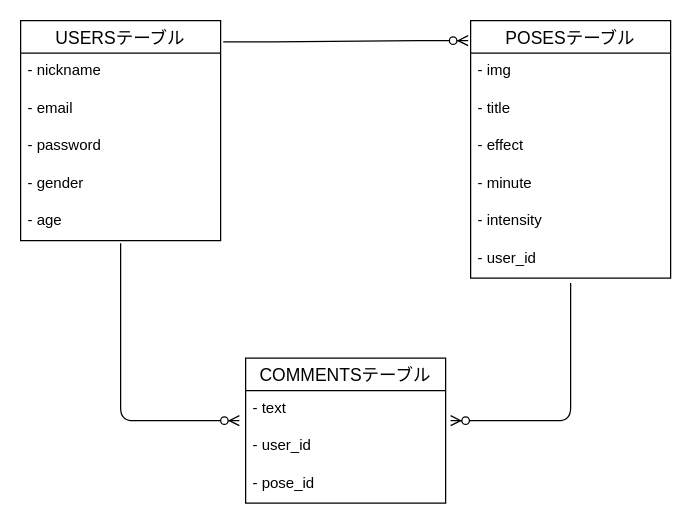
ykmztn/originalapp keeps this draw.io diagram as doreme.dio. Above is the earlier version. Source tidied: cells renumbered, new cells numbered last; positions are measured from the earlier drawing's top-left corner, leaving out a move shared by most shapes. Both pictures are drawn from the tidied source at 125%, with x=0, y=0 at pixel (20, 20).
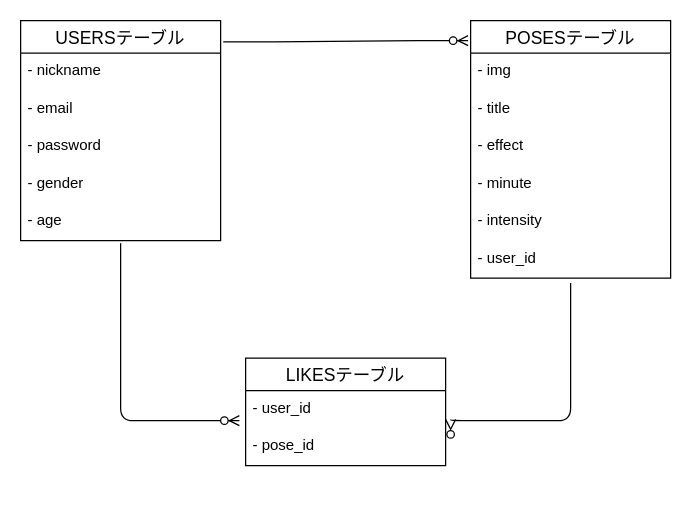
Above is the later version.

Commit message (it also covers changes not shown here):
データベース設計　変更

The change refers to these unchanged cells:
```xml
<mxCell id="14" value="- user_id" style="text;strokeColor=none;fillColor=none;spacingLeft=4;spacingRight=4;overflow=hidden;points=[[0,0.5],[1,0.5]];portConstraint=eastwest;fontSize=12;" parent="8" vertex="1">
  <mxGeometry y="176" width="160" height="30" as="geometry" />
</mxCell>
```

The edit, as a diff of the source:
```diff
@@
-    <mxCell id="16" value="COMMENTSテーブル" style="swimlane;fontStyle=0;horizontal=1;startSize=26;align=center;fontSize=14;" parent="1" vertex="1">
-      <mxGeometry x="180" y="270" width="160" height="116" as="geometry" />
+    <mxCell id="16" value="LIKESテーブル" style="swimlane;fontStyle=0;horizontal=1;startSize=26;align=center;fontSize=14;" parent="1" vertex="1">
+      <mxGeometry x="180" y="270" width="160" height="86" as="geometry" />
     </mxCell>
-    <mxCell id="17" value="- text" style="text;strokeColor=none;fillColor=none;spacingLeft=4;spacingRight=4;overflow=hidden;points=[[0,0.5],[1,0.5]];portConstraint=eastwest;fontSize=12;" parent="16" vertex="1">
-      <mxGeometry y="26" width="160" height="30" as="geometry" />
-    </mxCell>
     <mxCell id="18" value="- user_id" style="text;strokeColor=none;fillColor=none;spacingLeft=4;spacingRight=4;overflow=hidden;fontSize=12;" parent="16" vertex="1">
-      <mxGeometry y="56" width="160" height="30" as="geometry" />
+      <mxGeometry y="26" width="160" height="30" as="geometry" />
     </mxCell>
     <mxCell id="19" value="- pose_id" style="text;strokeColor=none;fillColor=none;spacingLeft=4;spacingRight=4;overflow=hidden;fontSize=12;" parent="16" vertex="1">
-      <mxGeometry y="86" width="160" height="30" as="geometry" />
+      <mxGeometry y="56" width="160" height="30" as="geometry" />
     </mxCell>
@@
-    <mxCell id="21" style="edgeStyle=elbowEdgeStyle;fontSize=12;html=1;endArrow=ERzeroToMany;endFill=1;exitX=0.5;exitY=1.133;exitDx=0;exitDy=0;exitPerimeter=0;elbow=vertical;entryX=1.025;entryY=0.767;entryDx=0;entryDy=0;entryPerimeter=0;" parent="1" edge="1" source="14" target="17">
+    <mxCell id="21" style="edgeStyle=elbowEdgeStyle;fontSize=12;html=1;endArrow=ERzeroToMany;endFill=1;exitX=0.5;exitY=1.133;exitDx=0;exitDy=0;exitPerimeter=0;elbow=vertical;entryX=1.025;entryY=0.767;entryDx=0;entryDy=0;entryPerimeter=0;" parent="1" edge="1" source="14">
       <mxGeometry relative="1" as="geometry">
+        <mxPoint x="344" y="319" as="targetPoint" />
         <Array as="points">
           <mxPoint x="440" y="320" />
         </Array>
       </mxGeometry>
     </mxCell>
```
